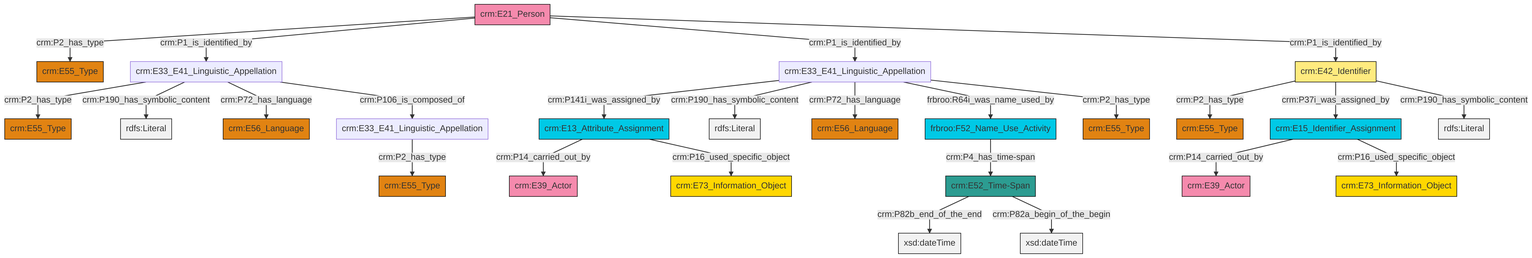
This is et/personCSV/ttl/mmd/png/Person_Names_and_Classification.png from swiss-art-research-net/reference-data-models, a Mermaid export, as it was before one commit. Its source is kept beside it as et/personCSV/ttl/mmd/Person_Names_and_Classification.ttl.mmd.
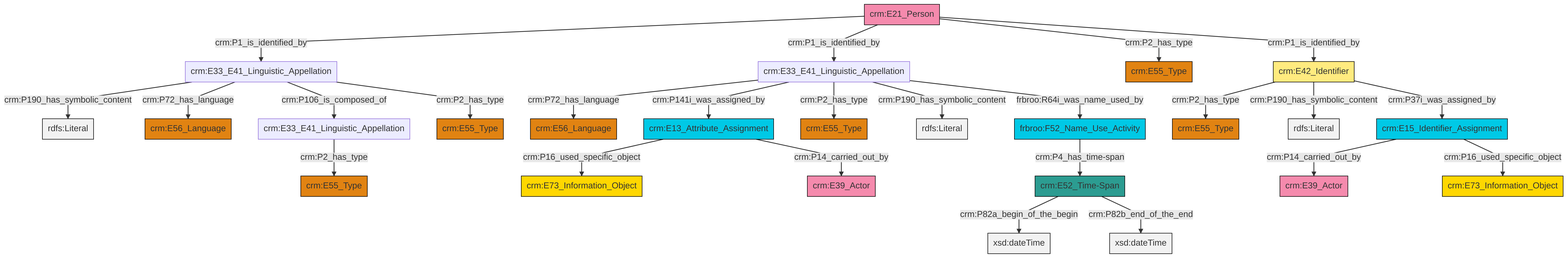
Above is the later version.

Change to the diagram source:
```diff
@@ -13,27 +13,27 @@
 classDef PC_Classes fill:#4ce600, stroke:#000000;
 classDef Multi fill:#cccccc,stroke:#000000;
 
-0["crm:E21_Person"]:::Actor -->|crm:P2_has_type| 1["crm:E55_Type"]:::Type
-2["crm:E33_E41_Linguistic_Appellation"]:::Default -->|crm:P141i_was_assigned_by| 3["crm:E13_Attribute_Assignment"]:::Temporal_Entity
-6["crm:E42_Identifier"]:::Appellation -->|crm:P2_has_type| 7["crm:E55_Type"]:::Type
-12["crm:E15_Identifier_Assignment"]:::Temporal_Entity -->|crm:P14_carried_out_by| 13["crm:E39_Actor"]:::Actor
-0["crm:E21_Person"]:::Actor -->|crm:P1_is_identified_by| 15["crm:E33_E41_Linguistic_Appellation"]:::Default
-3["crm:E13_Attribute_Assignment"]:::Temporal_Entity -->|crm:P14_carried_out_by| 16["crm:E39_Actor"]:::Actor
-6["crm:E42_Identifier"]:::Appellation -->|crm:P37i_was_assigned_by| 12["crm:E15_Identifier_Assignment"]:::Temporal_Entity
-6["crm:E42_Identifier"]:::Appellation -->|crm:P190_has_symbolic_content| 26[rdfs:Literal]:::Literal
-3["crm:E13_Attribute_Assignment"]:::Temporal_Entity -->|crm:P16_used_specific_object| 22["crm:E73_Information_Object"]:::Conceptual_Object
-0["crm:E21_Person"]:::Actor -->|crm:P1_is_identified_by| 2["crm:E33_E41_Linguistic_Appellation"]:::Default
-15["crm:E33_E41_Linguistic_Appellation"]:::Default -->|crm:P2_has_type| 4["crm:E55_Type"]:::Type
-12["crm:E15_Identifier_Assignment"]:::Temporal_Entity -->|crm:P16_used_specific_object| 30["crm:E73_Information_Object"]:::Conceptual_Object
-31["crm:E52_Time-Span"]:::Time-Span -->|crm:P82b_end_of_the_end| 32[xsd:dateTime]:::Literal
-2["crm:E33_E41_Linguistic_Appellation"]:::Default -->|crm:P190_has_symbolic_content| 35[rdfs:Literal]:::Literal
-15["crm:E33_E41_Linguistic_Appellation"]:::Default -->|crm:P190_has_symbolic_content| 37[rdfs:Literal]:::Literal
-15["crm:E33_E41_Linguistic_Appellation"]:::Default -->|crm:P72_has_language| 10["crm:E56_Language"]:::Type
-0["crm:E21_Person"]:::Actor -->|crm:P1_is_identified_by| 6["crm:E42_Identifier"]:::Appellation
-2["crm:E33_E41_Linguistic_Appellation"]:::Default -->|crm:P72_has_language| 27["crm:E56_Language"]:::Type
-31["crm:E52_Time-Span"]:::Time-Span -->|crm:P82a_begin_of_the_begin| 44[xsd:dateTime]:::Literal
-15["crm:E33_E41_Linguistic_Appellation"]:::Default -->|crm:P106_is_composed_of| 8["crm:E33_E41_Linguistic_Appellation"]:::Default
-20["frbroo:F52_Name_Use_Activity"]:::Temporal_Entity -->|crm:P4_has_time-span| 31["crm:E52_Time-Span"]:::Time-Span
-2["crm:E33_E41_Linguistic_Appellation"]:::Default -->|frbroo:R64i_was_name_used_by| 20["frbroo:F52_Name_Use_Activity"]:::Temporal_Entity
-2["crm:E33_E41_Linguistic_Appellation"]:::Default -->|crm:P2_has_type| 18["crm:E55_Type"]:::Type
-8["crm:E33_E41_Linguistic_Appellation"]:::Default -->|crm:P2_has_type| 42["crm:E55_Type"]:::Type
+2["crm:E15_Identifier_Assignment"]:::Temporal_Entity -->|crm:P14_carried_out_by| 3["crm:E39_Actor"]:::Actor
+6["crm:E33_E41_Linguistic_Appellation"]:::Default -->|crm:P72_has_language| 4["crm:E56_Language"]:::Type
+6["crm:E33_E41_Linguistic_Appellation"]:::Default -->|crm:P141i_was_assigned_by| 11["crm:E13_Attribute_Assignment"]:::Temporal_Entity
+9["crm:E42_Identifier"]:::Appellation -->|crm:P2_has_type| 16["crm:E55_Type"]:::Type
+9["crm:E42_Identifier"]:::Appellation -->|crm:P190_has_symbolic_content| 18[rdfs:Literal]:::Literal
+6["crm:E33_E41_Linguistic_Appellation"]:::Default -->|crm:P2_has_type| 19["crm:E55_Type"]:::Type
+12["crm:E33_E41_Linguistic_Appellation"]:::Default -->|crm:P190_has_symbolic_content| 20[rdfs:Literal]:::Literal
+2["crm:E15_Identifier_Assignment"]:::Temporal_Entity -->|crm:P16_used_specific_object| 21["crm:E73_Information_Object"]:::Conceptual_Object
+0["crm:E21_Person"]:::Actor -->|crm:P1_is_identified_by| 12["crm:E33_E41_Linguistic_Appellation"]:::Default
+11["crm:E13_Attribute_Assignment"]:::Temporal_Entity -->|crm:P16_used_specific_object| 26["crm:E73_Information_Object"]:::Conceptual_Object
+0["crm:E21_Person"]:::Actor -->|crm:P1_is_identified_by| 6["crm:E33_E41_Linguistic_Appellation"]:::Default
+12["crm:E33_E41_Linguistic_Appellation"]:::Default -->|crm:P72_has_language| 30["crm:E56_Language"]:::Type
+0["crm:E21_Person"]:::Actor -->|crm:P2_has_type| 7["crm:E55_Type"]:::Type
+12["crm:E33_E41_Linguistic_Appellation"]:::Default -->|crm:P106_is_composed_of| 31["crm:E33_E41_Linguistic_Appellation"]:::Default
+27["crm:E52_Time-Span"]:::Time-Span -->|crm:P82a_begin_of_the_begin| 35[xsd:dateTime]:::Literal
+12["crm:E33_E41_Linguistic_Appellation"]:::Default -->|crm:P2_has_type| 14["crm:E55_Type"]:::Type
+9["crm:E42_Identifier"]:::Appellation -->|crm:P37i_was_assigned_by| 2["crm:E15_Identifier_Assignment"]:::Temporal_Entity
+11["crm:E13_Attribute_Assignment"]:::Temporal_Entity -->|crm:P14_carried_out_by| 22["crm:E39_Actor"]:::Actor
+31["crm:E33_E41_Linguistic_Appellation"]:::Default -->|crm:P2_has_type| 33["crm:E55_Type"]:::Type
+6["crm:E33_E41_Linguistic_Appellation"]:::Default -->|crm:P190_has_symbolic_content| 39[rdfs:Literal]:::Literal
+27["crm:E52_Time-Span"]:::Time-Span -->|crm:P82b_end_of_the_end| 40[xsd:dateTime]:::Literal
+37["frbroo:F52_Name_Use_Activity"]:::Temporal_Entity -->|crm:P4_has_time-span| 27["crm:E52_Time-Span"]:::Time-Span
+0["crm:E21_Person"]:::Actor -->|crm:P1_is_identified_by| 9["crm:E42_Identifier"]:::Appellation
+6["crm:E33_E41_Linguistic_Appellation"]:::Default -->|frbroo:R64i_was_name_used_by| 37["frbroo:F52_Name_Use_Activity"]:::Temporal_Entity
```
